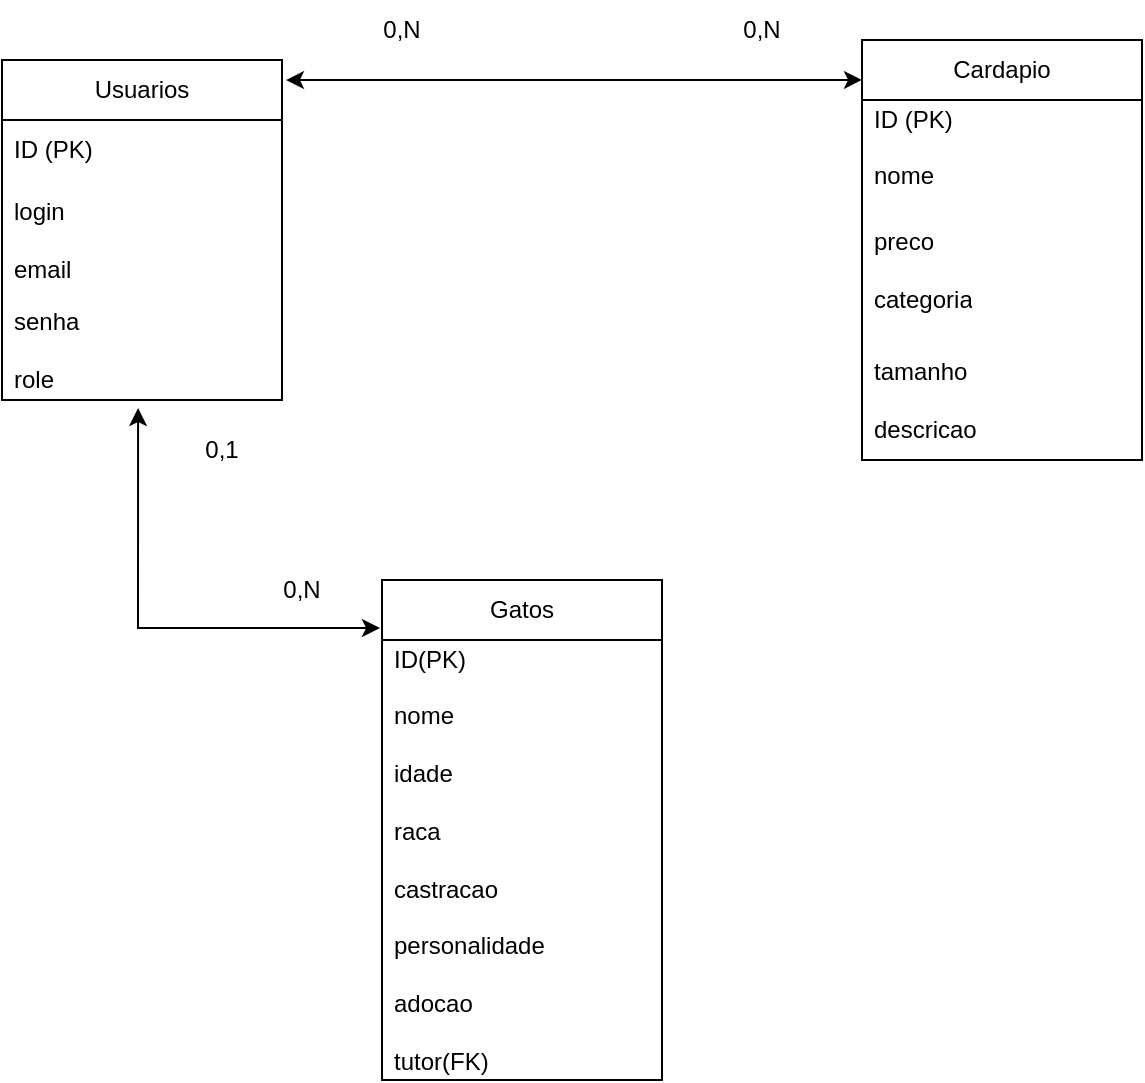
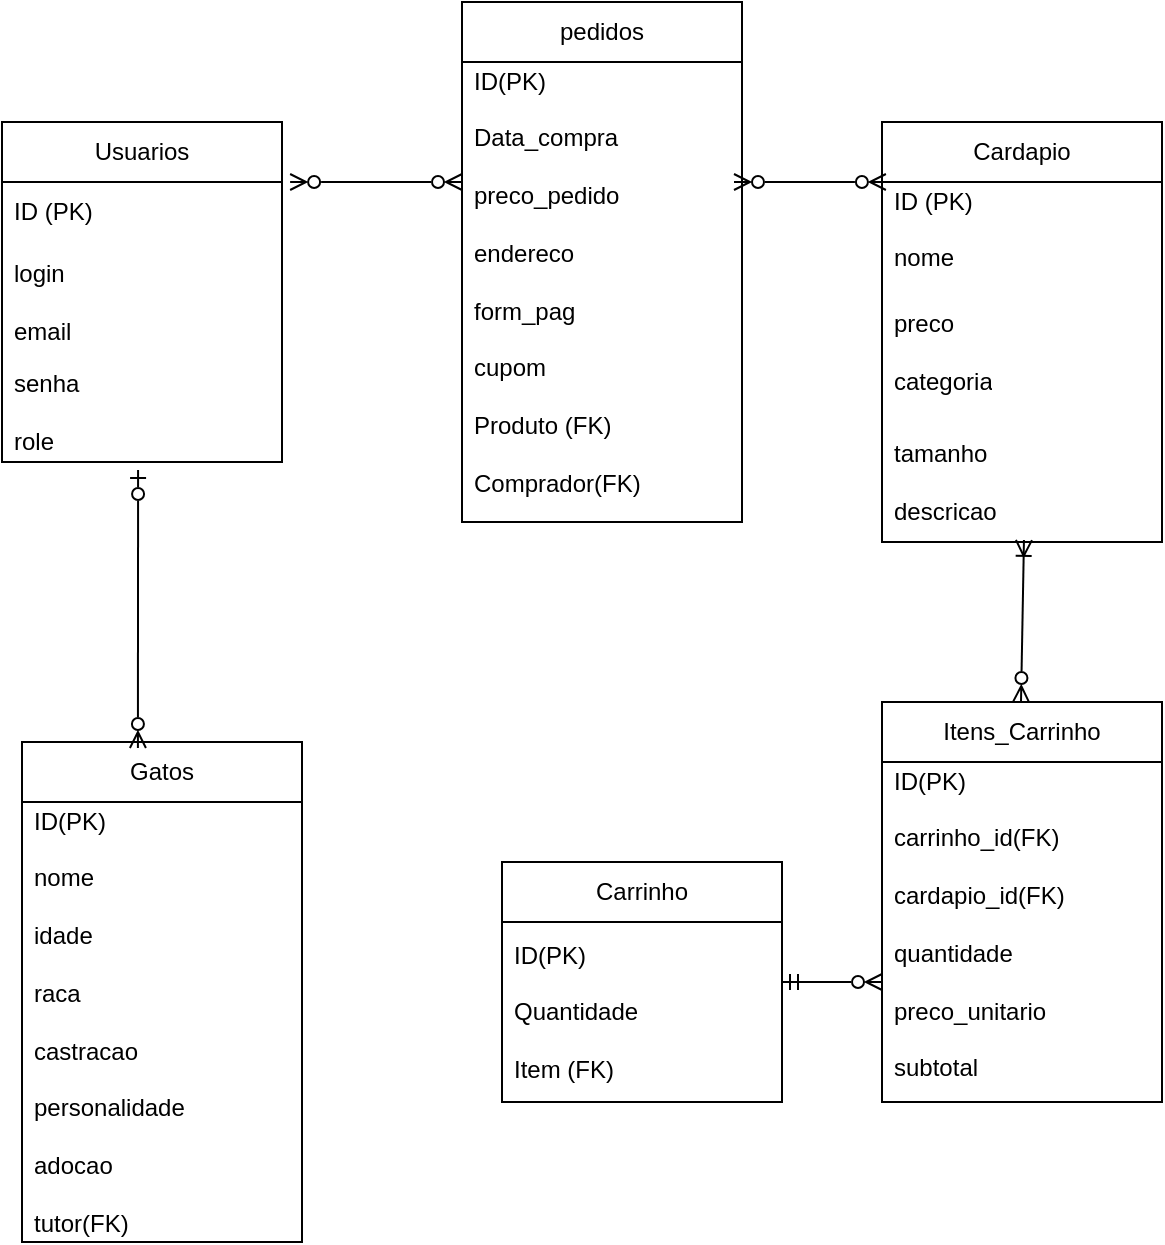
<mxfile host="app.diagrams.net">
  <diagram name="Página-1" id="A8j4A17c-nPlYpBx2sCz">
-     <mxGraphModel dx="1414" dy="777" grid="1" gridSize="10" guides="1" tooltips="1" connect="1" arrows="1" fold="1" page="1" pageScale="1" pageWidth="827" pageHeight="1169" math="0" shadow="0">
+     <mxGraphModel dx="1414" dy="743" grid="1" gridSize="10" guides="1" tooltips="1" connect="1" arrows="1" fold="1" page="1" pageScale="1" pageWidth="827" pageHeight="1169" math="0" shadow="0">
      <root>
        <mxCell id="0" />
        <mxCell id="1" parent="0" />
        <mxCell id="w0YOUZG7a7f3G_PxAHxS-1" parent="1" style="swimlane;fontStyle=0;childLayout=stackLayout;horizontal=1;startSize=30;horizontalStack=0;resizeParent=1;resizeParentMax=0;resizeLast=0;collapsible=1;marginBottom=0;whiteSpace=wrap;html=1;" value="Usuarios" vertex="1">
-           <mxGeometry height="170" width="140" x="150" y="110" as="geometry" />
+           <mxGeometry height="170" width="140" x="10" y="110" as="geometry" />
        </mxCell>
        <mxCell id="w0YOUZG7a7f3G_PxAHxS-2" parent="w0YOUZG7a7f3G_PxAHxS-1" style="text;strokeColor=none;fillColor=none;align=left;verticalAlign=middle;spacingLeft=4;spacingRight=4;overflow=hidden;points=[[0,0.5],[1,0.5]];portConstraint=eastwest;rotatable=0;whiteSpace=wrap;html=1;" value="ID (PK)" vertex="1">
          <mxGeometry height="30" width="140" y="30" as="geometry" />
        </mxCell>
        <mxCell id="w0YOUZG7a7f3G_PxAHxS-3" parent="w0YOUZG7a7f3G_PxAHxS-1" style="text;strokeColor=none;fillColor=none;align=left;verticalAlign=middle;spacingLeft=4;spacingRight=4;overflow=hidden;points=[[0,0.5],[1,0.5]];portConstraint=eastwest;rotatable=0;whiteSpace=wrap;html=1;" value="login&lt;div&gt;&lt;br&gt;&lt;div&gt;email&lt;/div&gt;&lt;/div&gt;" vertex="1">
          <mxGeometry height="60" width="140" y="60" as="geometry" />
        </mxCell>
        <mxCell id="w0YOUZG7a7f3G_PxAHxS-4" parent="w0YOUZG7a7f3G_PxAHxS-1" style="text;strokeColor=none;fillColor=none;align=left;verticalAlign=middle;spacingLeft=4;spacingRight=4;overflow=hidden;points=[[0,0.5],[1,0.5]];portConstraint=eastwest;rotatable=0;whiteSpace=wrap;html=1;" value="senha&lt;div&gt;&lt;br&gt;&lt;/div&gt;&lt;div&gt;role&lt;/div&gt;" vertex="1">
          <mxGeometry height="50" width="140" y="120" as="geometry" />
        </mxCell>
        <mxCell id="w0YOUZG7a7f3G_PxAHxS-5" parent="1" style="swimlane;fontStyle=0;childLayout=stackLayout;horizontal=1;startSize=30;horizontalStack=0;resizeParent=1;resizeParentMax=0;resizeLast=0;collapsible=1;marginBottom=0;whiteSpace=wrap;html=1;" value="Cardapio" vertex="1">
-           <mxGeometry height="210" width="140" x="580" y="100" as="geometry" />
+           <mxGeometry height="210" width="140" x="450" y="110" as="geometry" />
        </mxCell>
        <mxCell id="w0YOUZG7a7f3G_PxAHxS-6" parent="w0YOUZG7a7f3G_PxAHxS-5" style="text;strokeColor=none;fillColor=none;align=left;verticalAlign=middle;spacingLeft=4;spacingRight=4;overflow=hidden;points=[[0,0.5],[1,0.5]];portConstraint=eastwest;rotatable=0;whiteSpace=wrap;html=1;" value="ID (PK&lt;span style=&quot;background-color: transparent; color: light-dark(rgb(0, 0, 0), rgb(255, 255, 255));&quot;&gt;)&lt;/span&gt;&lt;div&gt;&lt;br&gt;&lt;div&gt;&lt;span style=&quot;background-color: transparent; color: light-dark(rgb(0, 0, 0), rgb(255, 255, 255));&quot;&gt;nome&lt;/span&gt;&lt;/div&gt;&lt;/div&gt;&lt;div&gt;&lt;span style=&quot;background-color: transparent; color: light-dark(rgb(0, 0, 0), rgb(255, 255, 255));&quot;&gt;&lt;br&gt;&lt;/span&gt;&lt;/div&gt;" vertex="1">
          <mxGeometry height="50" width="140" y="30" as="geometry" />
        </mxCell>
        <mxCell id="w0YOUZG7a7f3G_PxAHxS-7" parent="w0YOUZG7a7f3G_PxAHxS-5" style="text;strokeColor=none;fillColor=none;align=left;verticalAlign=middle;spacingLeft=4;spacingRight=4;overflow=hidden;points=[[0,0.5],[1,0.5]];portConstraint=eastwest;rotatable=0;whiteSpace=wrap;html=1;" value="preco&lt;div&gt;&lt;br&gt;&lt;/div&gt;&lt;div&gt;categoria&lt;/div&gt;" vertex="1">
          <mxGeometry height="70" width="140" y="80" as="geometry" />
        </mxCell>
        <mxCell id="w0YOUZG7a7f3G_PxAHxS-8" parent="w0YOUZG7a7f3G_PxAHxS-5" style="text;strokeColor=none;fillColor=none;align=left;verticalAlign=middle;spacingLeft=4;spacingRight=4;overflow=hidden;points=[[0,0.5],[1,0.5]];portConstraint=eastwest;rotatable=0;whiteSpace=wrap;html=1;" value="tamanho&lt;div&gt;&lt;br&gt;&lt;/div&gt;&lt;div&gt;descricao&lt;/div&gt;" vertex="1">
          <mxGeometry height="60" width="140" y="150" as="geometry" />
        </mxCell>
        <mxCell id="w0YOUZG7a7f3G_PxAHxS-9" parent="1" style="swimlane;fontStyle=0;childLayout=stackLayout;horizontal=1;startSize=30;horizontalStack=0;resizeParent=1;resizeParentMax=0;resizeLast=0;collapsible=1;marginBottom=0;whiteSpace=wrap;html=1;" value="Gatos" vertex="1">
-           <mxGeometry height="250" width="140" x="340" y="370" as="geometry" />
+           <mxGeometry height="250" width="140" x="20" y="420" as="geometry" />
        </mxCell>
        <mxCell id="w0YOUZG7a7f3G_PxAHxS-10" parent="w0YOUZG7a7f3G_PxAHxS-9" style="text;strokeColor=none;fillColor=none;align=left;verticalAlign=middle;spacingLeft=4;spacingRight=4;overflow=hidden;points=[[0,0.5],[1,0.5]];portConstraint=eastwest;rotatable=0;whiteSpace=wrap;html=1;" value="ID(PK)&lt;div&gt;&lt;br&gt;&lt;/div&gt;&lt;div&gt;nome&lt;/div&gt;&lt;div&gt;&lt;br&gt;&lt;/div&gt;&lt;div&gt;idade&lt;/div&gt;&lt;div&gt;&lt;br&gt;&lt;/div&gt;&lt;div&gt;raca&lt;/div&gt;&lt;div&gt;&lt;br&gt;&lt;/div&gt;&lt;div&gt;castracao&lt;/div&gt;&lt;div&gt;&lt;br&gt;&lt;/div&gt;&lt;div&gt;personalidade&lt;/div&gt;&lt;div&gt;&lt;br&gt;&lt;/div&gt;&lt;div&gt;adocao&lt;/div&gt;&lt;div&gt;&lt;br&gt;&lt;/div&gt;&lt;div&gt;tutor(FK)&lt;/div&gt;" vertex="1">
          <mxGeometry height="220" width="140" y="30" as="geometry" />
        </mxCell>
-         <mxCell id="w0YOUZG7a7f3G_PxAHxS-14" edge="1" parent="1" source="w0YOUZG7a7f3G_PxAHxS-4" style="endArrow=classic;html=1;rounded=0;exitX=0.486;exitY=1.08;exitDx=0;exitDy=0;exitPerimeter=0;entryX=-0.007;entryY=0.096;entryDx=0;entryDy=0;entryPerimeter=0;startArrow=classic;startFill=1;" target="w0YOUZG7a7f3G_PxAHxS-9" value="">
+         <mxCell id="w0YOUZG7a7f3G_PxAHxS-14" edge="1" parent="1" source="w0YOUZG7a7f3G_PxAHxS-4" style="endArrow=ERzeroToMany;html=1;rounded=0;exitX=0.486;exitY=1.08;exitDx=0;exitDy=0;exitPerimeter=0;entryX=0.414;entryY=0.012;entryDx=0;entryDy=0;entryPerimeter=0;startArrow=ERzeroToOne;startFill=0;endFill=0;" target="w0YOUZG7a7f3G_PxAHxS-9" value="">
          <mxGeometry height="50" relative="1" width="50" as="geometry">
-             <Array as="points">
-               <mxPoint x="218" y="394" />
-             </Array>
+             <Array as="points" />
            <mxPoint x="330" y="300" as="sourcePoint" />
            <mxPoint x="470" y="180" as="targetPoint" />
          </mxGeometry>
        </mxCell>
-         <mxCell id="w0YOUZG7a7f3G_PxAHxS-15" edge="1" parent="1" source="w0YOUZG7a7f3G_PxAHxS-1" style="endArrow=classic;startArrow=classic;html=1;rounded=0;exitX=1.014;exitY=0.059;exitDx=0;exitDy=0;exitPerimeter=0;entryX=0;entryY=0.095;entryDx=0;entryDy=0;entryPerimeter=0;" target="w0YOUZG7a7f3G_PxAHxS-5" value="">
-           <mxGeometry height="50" relative="1" width="50" as="geometry">
-             <Array as="points">
-               <mxPoint x="420" y="120" />
-             </Array>
-             <mxPoint x="390" y="290" as="sourcePoint" />
-             <mxPoint x="440" y="240" as="targetPoint" />
+         <mxCell id="vVqJsSb60qDA8fJJXAeu-2" parent="1" style="swimlane;fontStyle=0;childLayout=stackLayout;horizontal=1;startSize=30;horizontalStack=0;resizeParent=1;resizeParentMax=0;resizeLast=0;collapsible=1;marginBottom=0;whiteSpace=wrap;html=1;" value="pedidos" vertex="1">
+           <mxGeometry height="260" width="140" x="240" y="50" as="geometry">
+             <mxRectangle height="30" width="80" x="340" y="660" as="alternateBounds" />
          </mxGeometry>
        </mxCell>
-         <mxCell id="w0YOUZG7a7f3G_PxAHxS-18" parent="1" style="text;html=1;whiteSpace=wrap;strokeColor=none;fillColor=none;align=center;verticalAlign=middle;rounded=0;" value="0,N" vertex="1">
-           <mxGeometry height="30" width="60" x="320" y="80" as="geometry" />
+         <mxCell id="vVqJsSb60qDA8fJJXAeu-3" parent="vVqJsSb60qDA8fJJXAeu-2" style="text;strokeColor=none;fillColor=none;align=left;verticalAlign=middle;spacingLeft=4;spacingRight=4;overflow=hidden;points=[[0,0.5],[1,0.5]];portConstraint=eastwest;rotatable=0;whiteSpace=wrap;html=1;" value="&lt;div&gt;ID(PK)&lt;/div&gt;&lt;div&gt;&lt;br&gt;&lt;/div&gt;Data_compra&lt;div&gt;&lt;br&gt;&lt;/div&gt;&lt;div&gt;preco_pedido&lt;/div&gt;&lt;div&gt;&lt;br&gt;&lt;/div&gt;&lt;div&gt;endereco&lt;/div&gt;&lt;div&gt;&lt;br&gt;&lt;/div&gt;&lt;div&gt;form_pag&lt;/div&gt;&lt;div&gt;&lt;br&gt;&lt;/div&gt;&lt;div&gt;cupom&lt;/div&gt;&lt;div&gt;&lt;br&gt;&lt;/div&gt;&lt;div&gt;Produto (FK)&lt;/div&gt;&lt;div&gt;&lt;br&gt;&lt;/div&gt;&lt;div&gt;Comprador(FK)&lt;/div&gt;&lt;div&gt;&lt;br&gt;&lt;/div&gt;" vertex="1">
+           <mxGeometry height="230" width="140" y="30" as="geometry" />
        </mxCell>
-         <mxCell id="w0YOUZG7a7f3G_PxAHxS-19" parent="1" style="text;html=1;whiteSpace=wrap;strokeColor=none;fillColor=none;align=center;verticalAlign=middle;rounded=0;" value="0,N" vertex="1">
-           <mxGeometry height="30" width="60" x="500" y="80" as="geometry" />
+         <mxCell id="vVqJsSb60qDA8fJJXAeu-6" parent="1" style="swimlane;fontStyle=0;childLayout=stackLayout;horizontal=1;startSize=30;horizontalStack=0;resizeParent=1;resizeParentMax=0;resizeLast=0;collapsible=1;marginBottom=0;whiteSpace=wrap;html=1;" value="Carrinho" vertex="1">
+           <mxGeometry height="120" width="140" x="260" y="480" as="geometry" />
        </mxCell>
-         <mxCell id="w0YOUZG7a7f3G_PxAHxS-20" parent="1" style="text;html=1;whiteSpace=wrap;strokeColor=none;fillColor=none;align=center;verticalAlign=middle;rounded=0;" value="0,1" vertex="1">
-           <mxGeometry height="30" width="60" x="230" y="290" as="geometry" />
+         <mxCell id="vVqJsSb60qDA8fJJXAeu-7" parent="vVqJsSb60qDA8fJJXAeu-6" style="text;strokeColor=none;fillColor=none;align=left;verticalAlign=middle;spacingLeft=4;spacingRight=4;overflow=hidden;points=[[0,0.5],[1,0.5]];portConstraint=eastwest;rotatable=0;whiteSpace=wrap;html=1;" value="ID(PK)&lt;div&gt;&lt;br&gt;&lt;/div&gt;&lt;div&gt;Quantidade&lt;/div&gt;&lt;div&gt;&lt;br&gt;&lt;/div&gt;&lt;div&gt;Item (FK)&lt;/div&gt;" vertex="1">
+           <mxGeometry height="90" width="140" y="30" as="geometry" />
        </mxCell>
-         <mxCell id="w0YOUZG7a7f3G_PxAHxS-21" parent="1" style="text;html=1;whiteSpace=wrap;strokeColor=none;fillColor=none;align=center;verticalAlign=middle;rounded=0;" value="0,N" vertex="1">
-           <mxGeometry height="30" width="60" x="270" y="360" as="geometry" />
+         <mxCell id="vVqJsSb60qDA8fJJXAeu-11" edge="1" parent="1" style="endArrow=ERzeroToMany;html=1;rounded=0;entryX=1.029;entryY=0;entryDx=0;entryDy=0;entryPerimeter=0;startArrow=ERzeroToMany;startFill=0;endFill=0;" target="w0YOUZG7a7f3G_PxAHxS-2" value="">
+           <mxGeometry height="50" relative="1" width="50" as="geometry">
+             <mxPoint x="240" y="140" as="sourcePoint" />
+             <mxPoint x="340" y="110" as="targetPoint" />
+           </mxGeometry>
+         </mxCell>
+         <mxCell id="vVqJsSb60qDA8fJJXAeu-12" edge="1" parent="1" style="endArrow=ERzeroToMany;html=1;rounded=0;entryX=0.014;entryY=0;entryDx=0;entryDy=0;entryPerimeter=0;startArrow=ERzeroToMany;startFill=0;endFill=0;" target="w0YOUZG7a7f3G_PxAHxS-6" value="">
+           <mxGeometry height="50" relative="1" width="50" as="geometry">
+             <mxPoint x="376" y="140" as="sourcePoint" />
+             <mxPoint x="450.05999999999995" y="139" as="targetPoint" />
+           </mxGeometry>
+         </mxCell>
+         <mxCell id="o4Dnoi5-npMWc1Wpd4B1-1" parent="1" style="swimlane;fontStyle=0;childLayout=stackLayout;horizontal=1;startSize=30;horizontalStack=0;resizeParent=1;resizeParentMax=0;resizeLast=0;collapsible=1;marginBottom=0;whiteSpace=wrap;html=1;" value="Itens_Carrinho" vertex="1">
+           <mxGeometry height="200" width="140" x="450" y="400" as="geometry" />
+         </mxCell>
+         <mxCell id="o4Dnoi5-npMWc1Wpd4B1-2" parent="o4Dnoi5-npMWc1Wpd4B1-1" style="text;strokeColor=none;fillColor=none;align=left;verticalAlign=middle;spacingLeft=4;spacingRight=4;overflow=hidden;points=[[0,0.5],[1,0.5]];portConstraint=eastwest;rotatable=0;whiteSpace=wrap;html=1;" value="ID(PK)&lt;div&gt;&lt;br&gt;&lt;/div&gt;&lt;div&gt;carrinho_id(FK)&lt;/div&gt;&lt;div&gt;&lt;br&gt;&lt;/div&gt;&lt;div&gt;cardapio_id(FK)&lt;/div&gt;&lt;div&gt;&lt;br&gt;&lt;/div&gt;&lt;div&gt;quantidade&lt;/div&gt;&lt;div&gt;&lt;br&gt;&lt;/div&gt;&lt;div&gt;preco_unitario&lt;/div&gt;&lt;div&gt;&lt;br&gt;&lt;/div&gt;&lt;div&gt;subtotal&lt;/div&gt;&lt;div&gt;&lt;br&gt;&lt;/div&gt;&lt;div&gt;&lt;br&gt;&lt;/div&gt;" vertex="1">
+           <mxGeometry height="170" width="140" y="30" as="geometry" />
+         </mxCell>
+         <mxCell id="o4Dnoi5-npMWc1Wpd4B1-5" edge="1" parent="1" style="endArrow=ERzeroToMany;startArrow=ERmandOne;html=1;rounded=0;startFill=0;endFill=0;" value="">
+           <mxGeometry height="50" relative="1" width="50" as="geometry">
+             <mxPoint x="400" y="540" as="sourcePoint" />
+             <mxPoint x="450" y="540" as="targetPoint" />
+           </mxGeometry>
+         </mxCell>
+         <mxCell id="o4Dnoi5-npMWc1Wpd4B1-6" edge="1" parent="1" source="w0YOUZG7a7f3G_PxAHxS-8" style="endArrow=ERzeroToMany;startArrow=ERoneToMany;html=1;rounded=0;entryX=0.5;entryY=0;entryDx=0;entryDy=0;endFill=0;startFill=0;exitX=0.507;exitY=0.983;exitDx=0;exitDy=0;exitPerimeter=0;" value="">
+           <mxGeometry height="50" relative="1" width="50" as="geometry">
+             <mxPoint x="519.5" y="330" as="sourcePoint" />
+             <mxPoint x="519.5" y="400" as="targetPoint" />
+           </mxGeometry>
        </mxCell>
      </root>
    </mxGraphModel>
  </diagram>
</mxfile>
